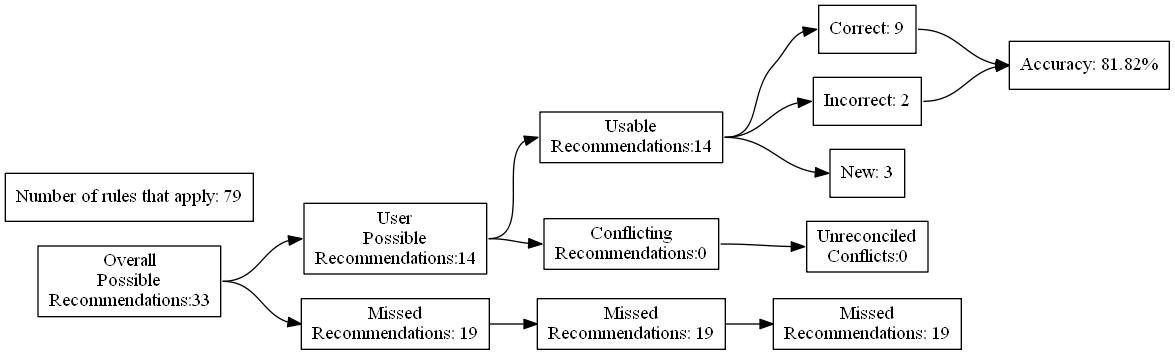
Earlier version of the Graphviz export test_renders/34.gv.png (ZaxR/ibd_diet_analysis). Its source is kept beside it as test_renders/34.gv. Source of this version:
```dot
digraph {
	graph [rankdir=LR]
	node [pos=r shape=box]
	edge [headport=w tailport=e]
		A [label="Overall
Possible
Recommendations:33"]
		B [label="User
Possible
Recommendations:14"]
		C [label="Missed
Recommendations: 19"]
		D [label="Usable
Recommendations:14"]
		E [label="Conflicting
Recommendations:0"]
		J [label="Missed
Recommendations: 19"]
		M [label="Unreconciled
Conflicts:0"]
		F [label="Correct: 9"]
		G [label="Incorrect: 2"]
		H [label="New: 3"]
		K [label="Missed
Recommendations: 19"]
		I [label="Accuracy: 81.82%"]
		l [label="Number of rules that apply: 79"]
			A -> B
			A -> C
			B -> D
			B -> E
			D -> F
			D -> G
			D -> H
			F -> I
			G -> I
			C -> J
			J -> K
			E -> M
}
```
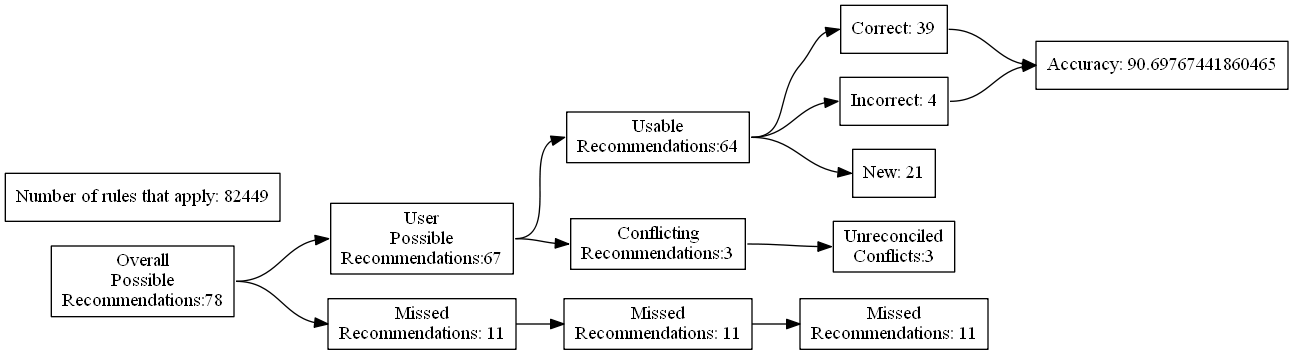
The same diagram one commit later.

What changed in the source:
```diff
@@ -4,27 +4,27 @@
 	edge [headport=w tailport=e]
 		A [label="Overall
 Possible
-Recommendations:33"]
+Recommendations:78"]
 		B [label="User
 Possible
-Recommendations:14"]
+Recommendations:67"]
 		C [label="Missed
-Recommendations: 19"]
+Recommendations: 11"]
 		D [label="Usable
-Recommendations:14"]
+Recommendations:64"]
 		E [label="Conflicting
-Recommendations:0"]
+Recommendations:3"]
 		J [label="Missed
-Recommendations: 19"]
+Recommendations: 11"]
 		M [label="Unreconciled
-Conflicts:0"]
-		F [label="Correct: 9"]
-		G [label="Incorrect: 2"]
-		H [label="New: 3"]
+Conflicts:3"]
+		F [label="Correct: 39"]
+		G [label="Incorrect: 4"]
+		H [label="New: 21"]
 		K [label="Missed
-Recommendations: 19"]
-		I [label="Accuracy: 81.82%"]
-		l [label="Number of rules that apply: 79"]
+Recommendations: 11"]
+		I [label="Accuracy: 90.69767441860465"]
+		l [label="Number of rules that apply: 82449"]
 			A -> B
 			A -> C
 			B -> D
```
